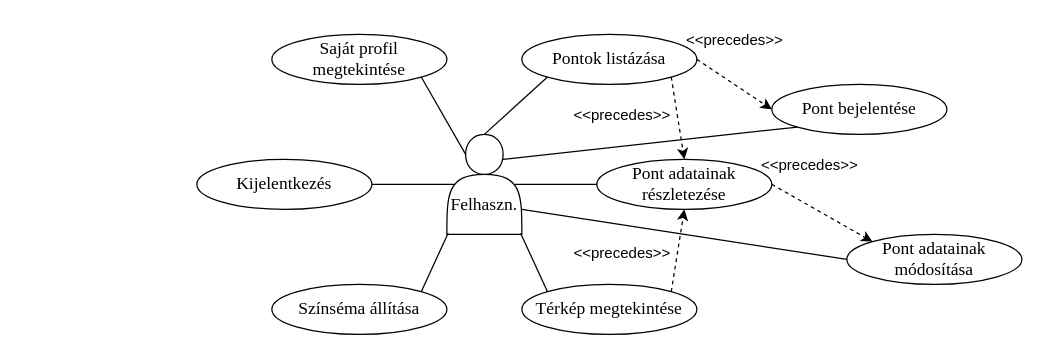
The draw.io diagram docs/images/usecase_user.drawio in Gerisz/TrashTracker, before the edit. Source tidied: cells renumbered, new cells numbered last; positions are measured from the earlier drawing's top-left corner, leaving out a move shared by most shapes. Both pictures are drawn from the tidied source at 125%, with x=0, y=0 at pixel (196, 21).
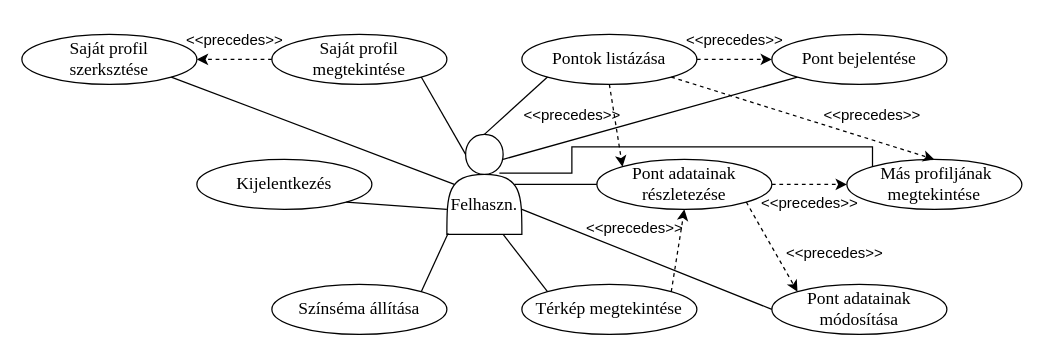
The same page after the edit.

Unchanged cells that the change refers to:
```xml
<mxCell id="4" value="&lt;div style=&quot;font-size: 14px;&quot;&gt;&lt;br style=&quot;font-size: 14px;&quot;&gt;&lt;/div&gt;&lt;div style=&quot;font-size: 14px;&quot;&gt;&lt;br&gt;&lt;/div&gt;Felhaszn." style="shape=actor;whiteSpace=wrap;html=1;fontFamily=Garamond;fontSize=14;" parent="1" vertex="1">
  <mxGeometry x="200" y="90" width="60" height="80" as="geometry" />
</mxCell>
<mxCell id="6" value="Pontok listázása" style="ellipse;whiteSpace=wrap;html=1;fontFamily=Garamond;fontSize=14;" parent="1" vertex="1">
  <mxGeometry x="260" y="10" width="140" height="40" as="geometry" />
</mxCell>
<mxCell id="7" value="Pont adatainak részletezése" style="ellipse;whiteSpace=wrap;html=1;fontFamily=Garamond;fontSize=14;" parent="1" vertex="1">
  <mxGeometry x="320" y="110" width="140" height="40" as="geometry" />
</mxCell>
<mxCell id="9" value="Térkép megtekintése" style="ellipse;whiteSpace=wrap;html=1;fontFamily=Garamond;fontSize=14;" parent="1" vertex="1">
  <mxGeometry x="260" y="210" width="140" height="40" as="geometry" />
</mxCell>
<mxCell id="11" value="Kijelentkezés" style="ellipse;whiteSpace=wrap;html=1;fontFamily=Garamond;fontSize=14;" parent="1" vertex="1">
  <mxGeometry y="110" width="140" height="40" as="geometry" />
</mxCell>
<mxCell id="12" value="Saját profil megtekintése" style="ellipse;whiteSpace=wrap;html=1;fontFamily=Garamond;fontSize=14;" parent="1" vertex="1">
  <mxGeometry x="60" y="10" width="140" height="40" as="geometry" />
</mxCell>
```

Change to the diagram source:
```diff
@@
-    <mxCell id="3" style="rounded=0;jettySize=auto;html=1;exitX=1;exitY=0.75;exitDx=0;exitDy=0;entryX=0;entryY=0.5;entryDx=0;entryDy=0;endArrow=none;endFill=0;" parent="1" edge="1" source="4" target="24">
+    <mxCell id="3" style="rounded=0;jettySize=auto;html=1;entryX=0;entryY=0.5;entryDx=0;entryDy=0;endArrow=none;endFill=0;exitX=1;exitY=0.75;exitDx=0;exitDy=0;" parent="1" edge="1" source="4" target="24">
       <mxGeometry relative="1" as="geometry" />
     </mxCell>
@@
-    <mxCell id="5" style="rounded=0;jettySize=auto;html=1;exitX=1;exitY=1;exitDx=0;exitDy=0;entryX=0.5;entryY=0;entryDx=0;entryDy=0;endArrow=classic;endFill=1;dashed=1;" parent="1" edge="1" source="6" target="7">
+    <mxCell id="5" style="rounded=0;jettySize=auto;html=1;entryX=0;entryY=0;entryDx=0;entryDy=0;endArrow=classic;endFill=1;dashed=1;exitX=0.5;exitY=1;exitDx=0;exitDy=0;" parent="1" edge="1" source="6" target="7">
       <mxGeometry relative="1" as="geometry" />
     </mxCell>
@@
+    <mxCell id="27" style="edgeStyle=orthogonalEdgeStyle;rounded=0;jettySize=auto;html=1;exitX=0;exitY=0.5;exitDx=0;exitDy=0;entryX=1;entryY=0.5;entryDx=0;entryDy=0;dashed=1;" parent="1" edge="1" source="12" target="28">
+      <mxGeometry relative="1" as="geometry" />
+    </mxCell>
@@
-    <mxCell id="15" style="rounded=0;jettySize=auto;html=1;exitX=1;exitY=0.5;exitDx=0;exitDy=0;entryX=0.1;entryY=0.5;entryDx=0;entryDy=0;entryPerimeter=0;endArrow=none;endFill=0;fontFamily=Garamond;fontSize=14;" parent="1" edge="1" source="11" target="4">
+    <mxCell id="15" style="rounded=0;jettySize=auto;html=1;exitX=1;exitY=1;exitDx=0;exitDy=0;entryX=0;entryY=0.75;entryDx=0;entryDy=0;endArrow=none;endFill=0;fontFamily=Garamond;fontSize=14;" parent="1" edge="1" source="11" target="4">
       <mxGeometry relative="1" as="geometry" />
     </mxCell>
-    <mxCell id="16" style="rounded=0;jettySize=auto;html=1;exitX=0;exitY=0.5;exitDx=0;exitDy=0;entryX=0.9;entryY=0.5;entryDx=0;entryDy=0;entryPerimeter=0;endArrow=none;endFill=0;fontFamily=Garamond;fontSize=14;" parent="1" edge="1" source="7" target="4">
+    <mxCell id="16" style="rounded=0;jettySize=auto;html=1;exitX=0;exitY=0.5;exitDx=0;exitDy=0;entryX=0.9;entryY=0.5;entryDx=0;entryDy=0;endArrow=none;endFill=0;fontFamily=Garamond;fontSize=14;entryPerimeter=0;" parent="1" edge="1" source="7" target="4">
       <mxGeometry relative="1" as="geometry" />
     </mxCell>
@@
-    <mxCell id="18" style="rounded=0;jettySize=auto;html=1;exitX=0;exitY=0;exitDx=0;exitDy=0;entryX=0.983;entryY=0.988;entryDx=0;entryDy=0;entryPerimeter=0;endArrow=none;endFill=0;fontFamily=Garamond;fontSize=14;" parent="1" edge="1" source="9" target="4">
+    <mxCell id="18" style="rounded=0;jettySize=auto;html=1;exitX=0;exitY=0;exitDx=0;exitDy=0;entryX=0.75;entryY=1;entryDx=0;entryDy=0;endArrow=none;endFill=0;fontFamily=Garamond;fontSize=14;" parent="1" edge="1" source="9" target="4">
       <mxGeometry relative="1" as="geometry" />
     </mxCell>
     <mxCell id="19" value="&amp;lt;&amp;lt;precedes&amp;gt;&amp;gt;" style="text;html=1;align=center;verticalAlign=middle;strokeColor=none;fillColor=none;" parent="1" vertex="1">
-      <mxGeometry x="290" y="60" width="100" height="30" as="geometry" />
+      <mxGeometry x="250" y="60" width="100" height="30" as="geometry" />
     </mxCell>
     <mxCell id="20" value="&amp;lt;&amp;lt;precedes&amp;gt;&amp;gt;" style="text;html=1;align=center;verticalAlign=middle;strokeColor=none;fillColor=none;" parent="1" vertex="1">
-      <mxGeometry x="290" y="170" width="100" height="30" as="geometry" />
+      <mxGeometry x="300" y="150" width="100" height="30" as="geometry" />
     </mxCell>
     <mxCell id="21" value="Pont bejelentése" style="ellipse;whiteSpace=wrap;html=1;fontFamily=Garamond;fontSize=14;" parent="1" vertex="1">
-      <mxGeometry x="460" y="50" width="140" height="40" as="geometry" />
+      <mxGeometry x="460" y="10" width="140" height="40" as="geometry" />
     </mxCell>
@@
     <mxCell id="24" value="Pont adatainak módosítása" style="ellipse;whiteSpace=wrap;html=1;fontFamily=Garamond;fontSize=14;" parent="1" vertex="1">
-      <mxGeometry x="520" y="170" width="140" height="40" as="geometry" />
+      <mxGeometry x="460" y="210" width="140" height="40" as="geometry" />
     </mxCell>
-    <mxCell id="25" style="rounded=0;jettySize=auto;html=1;exitX=1;exitY=0.5;exitDx=0;exitDy=0;entryX=0;entryY=0;entryDx=0;entryDy=0;endArrow=classic;endFill=1;dashed=1;" parent="1" edge="1" source="7" target="24">
+    <mxCell id="25" style="rounded=0;jettySize=auto;html=1;exitX=1;exitY=1;exitDx=0;exitDy=0;entryX=0;entryY=0;entryDx=0;entryDy=0;endArrow=classic;endFill=1;dashed=1;" parent="1" edge="1" source="7" target="24">
       <mxGeometry relative="1" as="geometry" />
     </mxCell>
     <mxCell id="26" value="&amp;lt;&amp;lt;precedes&amp;gt;&amp;gt;" style="text;html=1;align=center;verticalAlign=middle;strokeColor=none;fillColor=none;" parent="1" vertex="1">
-      <mxGeometry x="440" y="100" width="100" height="30" as="geometry" />
+      <mxGeometry x="460" y="170" width="100" height="30" as="geometry" />
     </mxCell>
+    <mxCell id="28" value="Saját profil&lt;br&gt;szerksztése" style="ellipse;whiteSpace=wrap;html=1;fontFamily=Garamond;fontSize=14;" parent="1" vertex="1">
+      <mxGeometry x="-140" y="10" width="140" height="40" as="geometry" />
+    </mxCell>
+    <mxCell id="29" style="rounded=0;jettySize=auto;html=1;exitX=1;exitY=1;exitDx=0;exitDy=0;entryX=0.1;entryY=0.5;entryDx=0;entryDy=0;entryPerimeter=0;endArrow=none;endFill=0;" parent="1" edge="1" source="28" target="4">
+      <mxGeometry relative="1" as="geometry" />
+    </mxCell>
+    <mxCell id="30" value="&amp;lt;&amp;lt;precedes&amp;gt;&amp;gt;" style="text;html=1;align=center;verticalAlign=middle;strokeColor=none;fillColor=none;" parent="1" vertex="1">
+      <mxGeometry x="-20" width="100" height="30" as="geometry" />
+    </mxCell>
+    <mxCell id="31" value="&amp;nbsp;Más profiljának megtekintése" style="ellipse;whiteSpace=wrap;html=1;fontFamily=Garamond;fontSize=14;" parent="1" vertex="1">
+      <mxGeometry x="520" y="110" width="140" height="40" as="geometry" />
+    </mxCell>
+    <mxCell id="32" style="rounded=0;jettySize=auto;html=1;entryX=0.5;entryY=0;entryDx=0;entryDy=0;endArrow=classic;endFill=1;dashed=1;exitX=1;exitY=1;exitDx=0;exitDy=0;" parent="1" edge="1" source="6" target="31">
+      <mxGeometry relative="1" as="geometry" />
+    </mxCell>
+    <mxCell id="33" value="&amp;lt;&amp;lt;precedes&amp;gt;&amp;gt;" style="text;html=1;align=center;verticalAlign=middle;strokeColor=none;fillColor=none;" parent="1" vertex="1">
+      <mxGeometry x="490" y="60" width="100" height="30" as="geometry" />
+    </mxCell>
+    <mxCell id="34" value="&amp;lt;&amp;lt;precedes&amp;gt;&amp;gt;" style="text;html=1;align=center;verticalAlign=middle;strokeColor=none;fillColor=none;" parent="1" vertex="1">
+      <mxGeometry x="440" y="130" width="100" height="30" as="geometry" />
+    </mxCell>
+    <mxCell id="35" style="rounded=0;jettySize=auto;html=1;exitX=1;exitY=0.5;exitDx=0;exitDy=0;entryX=0;entryY=0.5;entryDx=0;entryDy=0;endArrow=classic;endFill=1;dashed=1;" parent="1" edge="1" source="7" target="31">
+      <mxGeometry relative="1" as="geometry" />
+    </mxCell>
+    <mxCell id="36" style="edgeStyle=orthogonalEdgeStyle;rounded=0;jettySize=auto;html=1;exitX=0;exitY=0;exitDx=0;exitDy=0;entryX=0.7;entryY=0.388;entryDx=0;entryDy=0;entryPerimeter=0;endArrow=none;endFill=0;" parent="1" edge="1" source="31" target="4">
+      <mxGeometry relative="1" as="geometry">
+        <Array as="points">
+          <mxPoint x="541" y="100" />
+          <mxPoint x="300" y="100" />
+          <mxPoint x="300" y="121" />
+        </Array>
+      </mxGeometry>
+    </mxCell>
```
